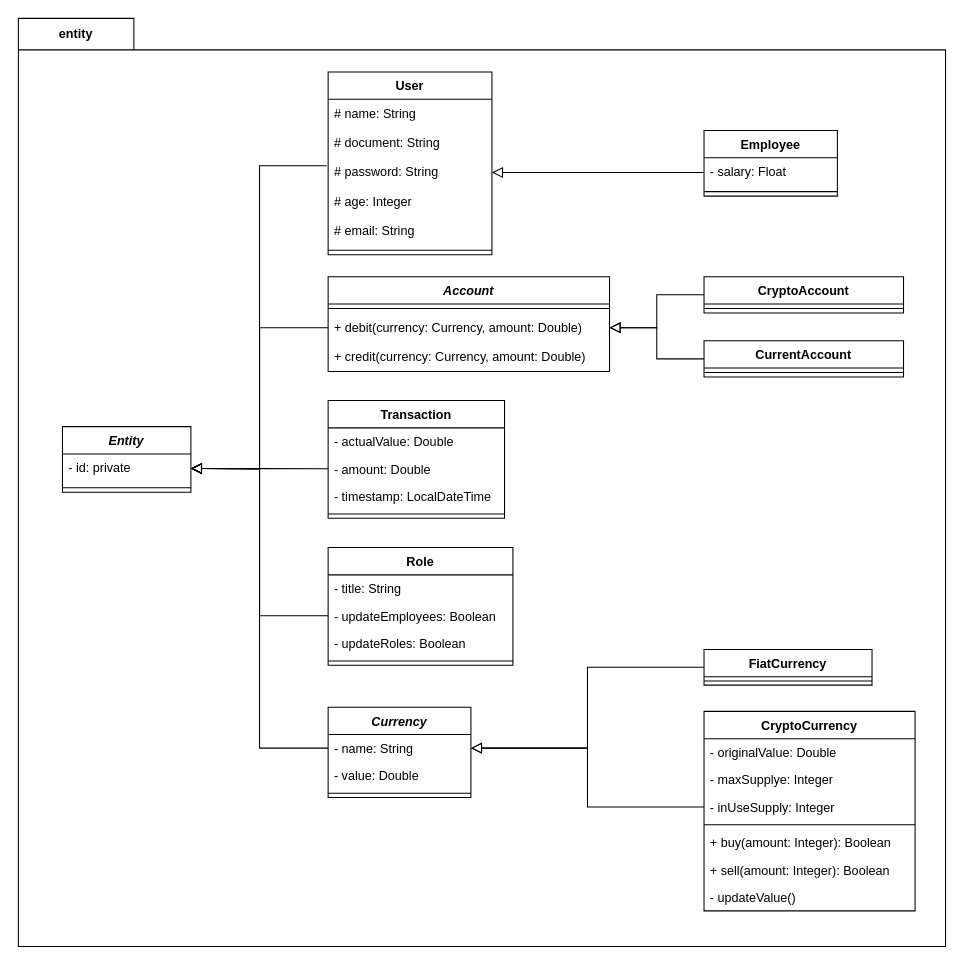
Earlier version of the draw.io diagram page "entity (hierarchy)" (2 of 7) of docs/diagrams/diagram.drawio (PedroLucas63/cryptobank). Source tidied: cells renumbered, new cells numbered last; positions are measured from the earlier drawing's top-left corner, leaving out a move shared by most shapes. Both pictures are drawn from the tidied source at 105%, with x=0, y=0 at pixel (18, 18).
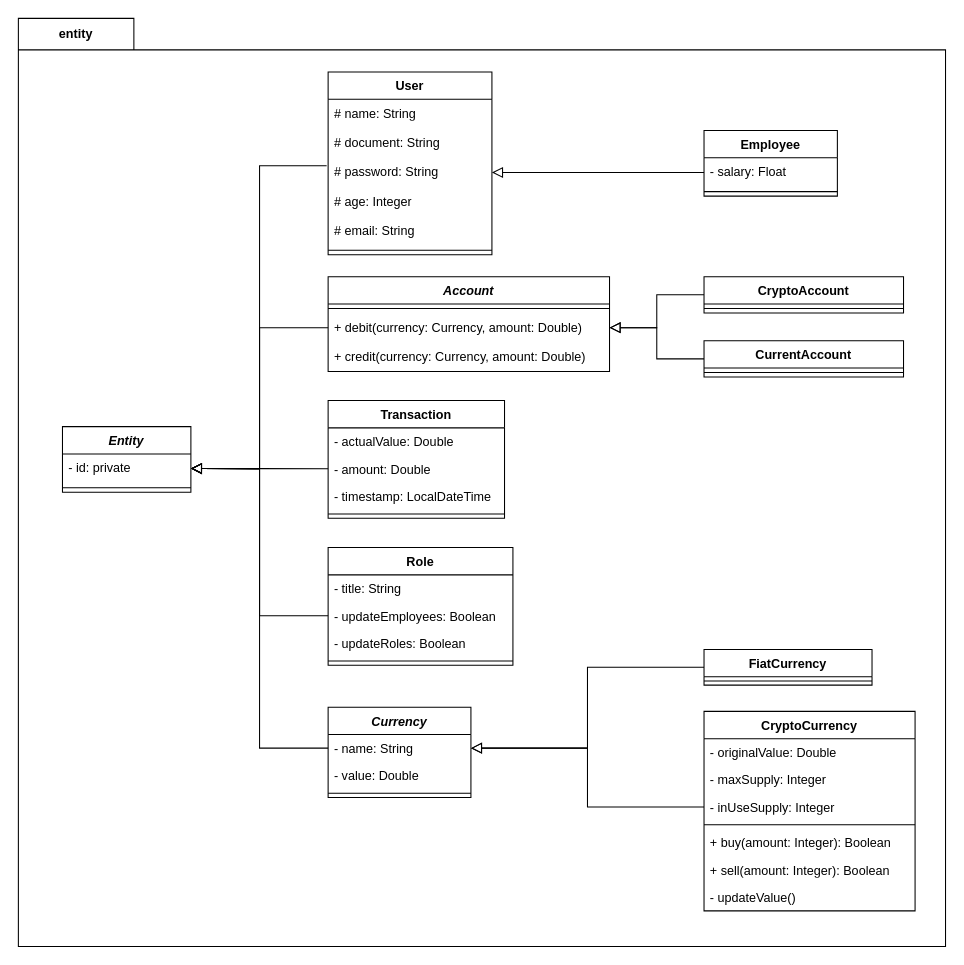
The same page after the edit.

The change refers to these unchanged cells:
```xml
<mxCell id="48" value="CryptoCurrency" style="swimlane;fontStyle=1;align=center;verticalAlign=top;horizontal=1;startSize=26;whiteSpace=wrap;html=1;" parent="2" vertex="1">
  <mxGeometry x="653" y="660" width="201" height="190" as="geometry" />
</mxCell>
```

Diff of the diagram source:
```diff
@@
-    <mxCell id="50" value="- maxSupplye: Integer" style="text;strokeColor=none;fillColor=none;align=left;verticalAlign=top;spacingLeft=4;spacingRight=4;overflow=hidden;whiteSpace=wrap;html=1;" parent="48" vertex="1">
+    <mxCell id="50" value="- maxSupply: Integer" style="text;strokeColor=none;fillColor=none;align=left;verticalAlign=top;spacingLeft=4;spacingRight=4;overflow=hidden;whiteSpace=wrap;html=1;" parent="48" vertex="1">
       <mxGeometry y="52" width="201" height="26" as="geometry" />
     </mxCell>
```
